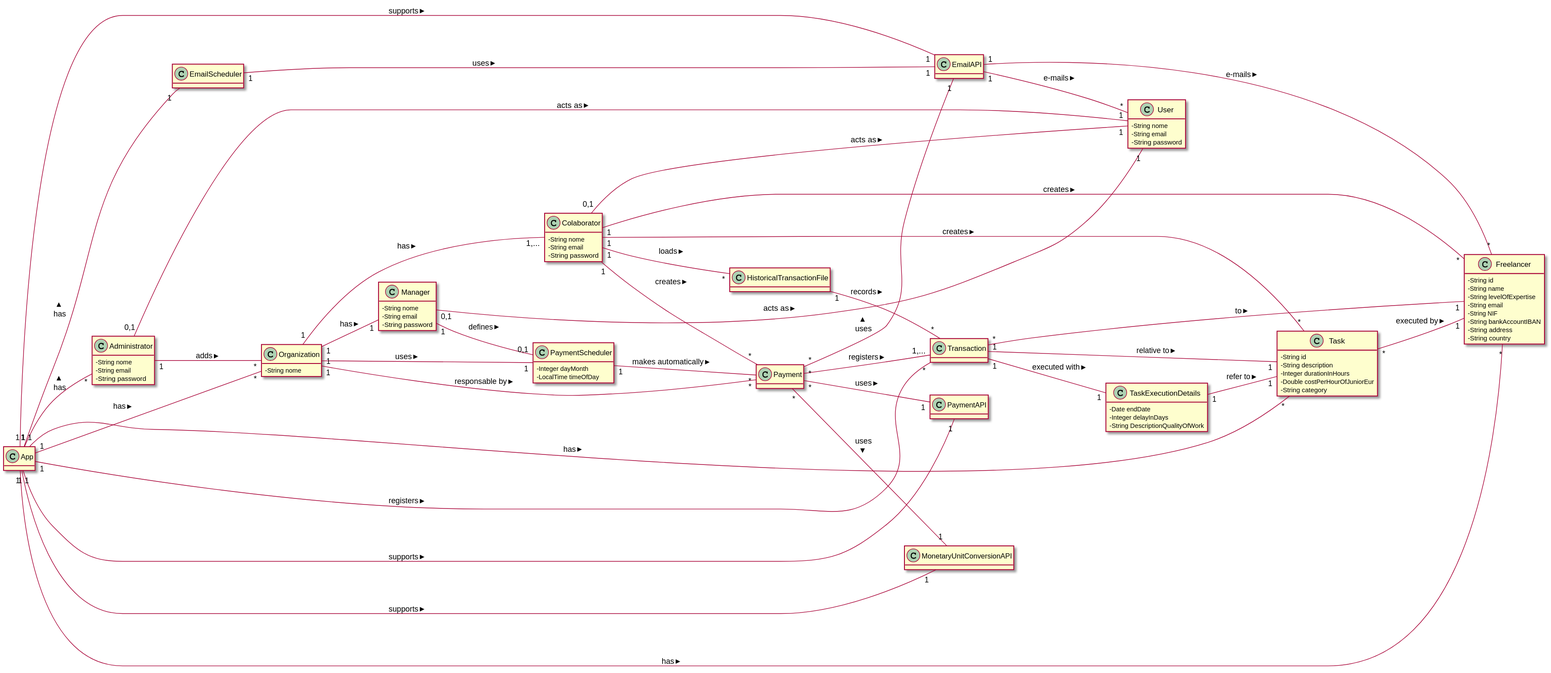
botelho-io/lapr2-2020-g029 keeps this PlantUML diagram as docs/MD/MD.svg. Above is the earlier version.
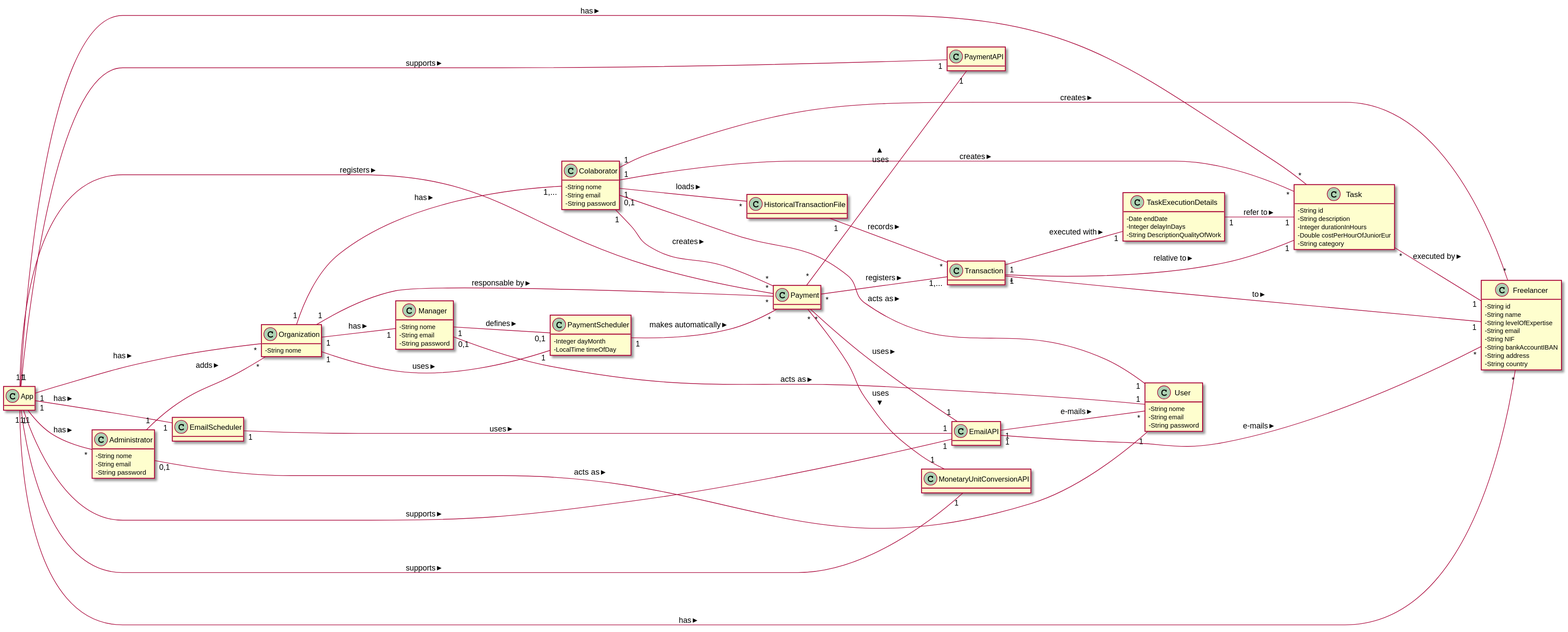
The same file after the commit.

Change to the diagram source:
```diff
@@ -104,7 +104,7 @@
 App                          "1" -- "*"      Organization              : has >
 App                          "1" -- "1"      EmailAPI                  : supports >
 App                          "1" -- "1"      PaymentAPI                : supports >
-App                          "1" -- "*"      Transaction               : registers >
+App                          "1" -- "*"      Payment                   : registers >
 App                          "1" -- "*"      Administrator             : has >
 App                          "1" -- "*"      Freelancer                : has >
 App                          "1" -- "*"      Task                      : has >
```
